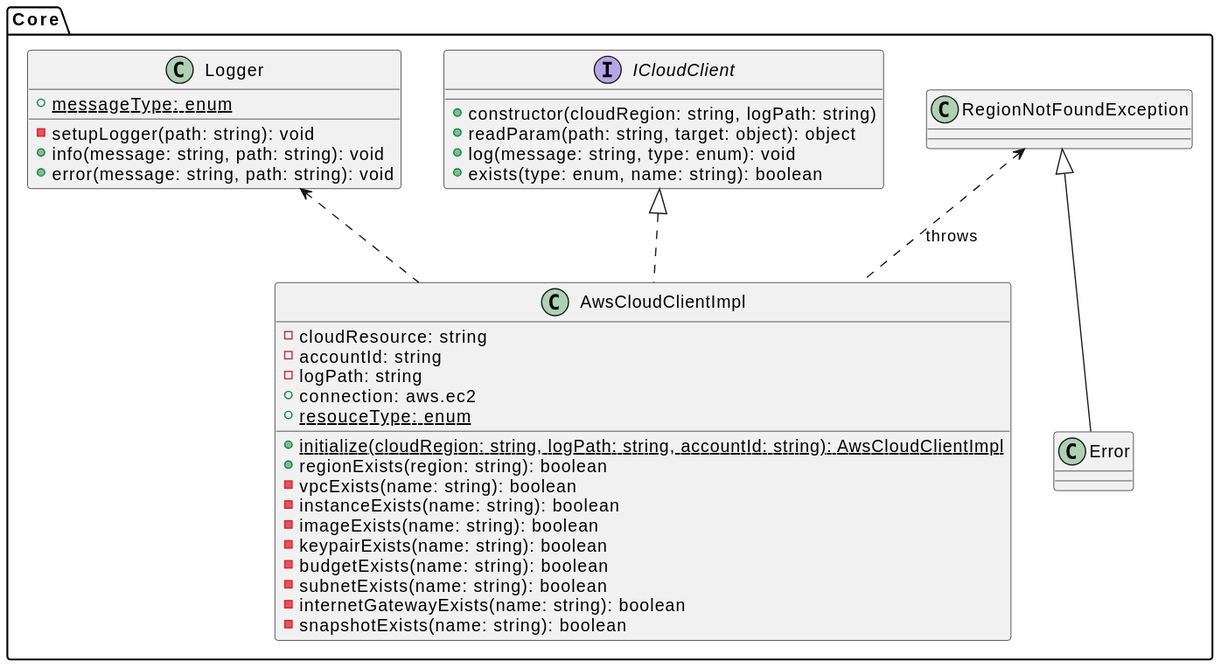
Above: doc/class_diagram/diagram.svg in Thynkon/VIR1-CORE (PlantUML), before the change.
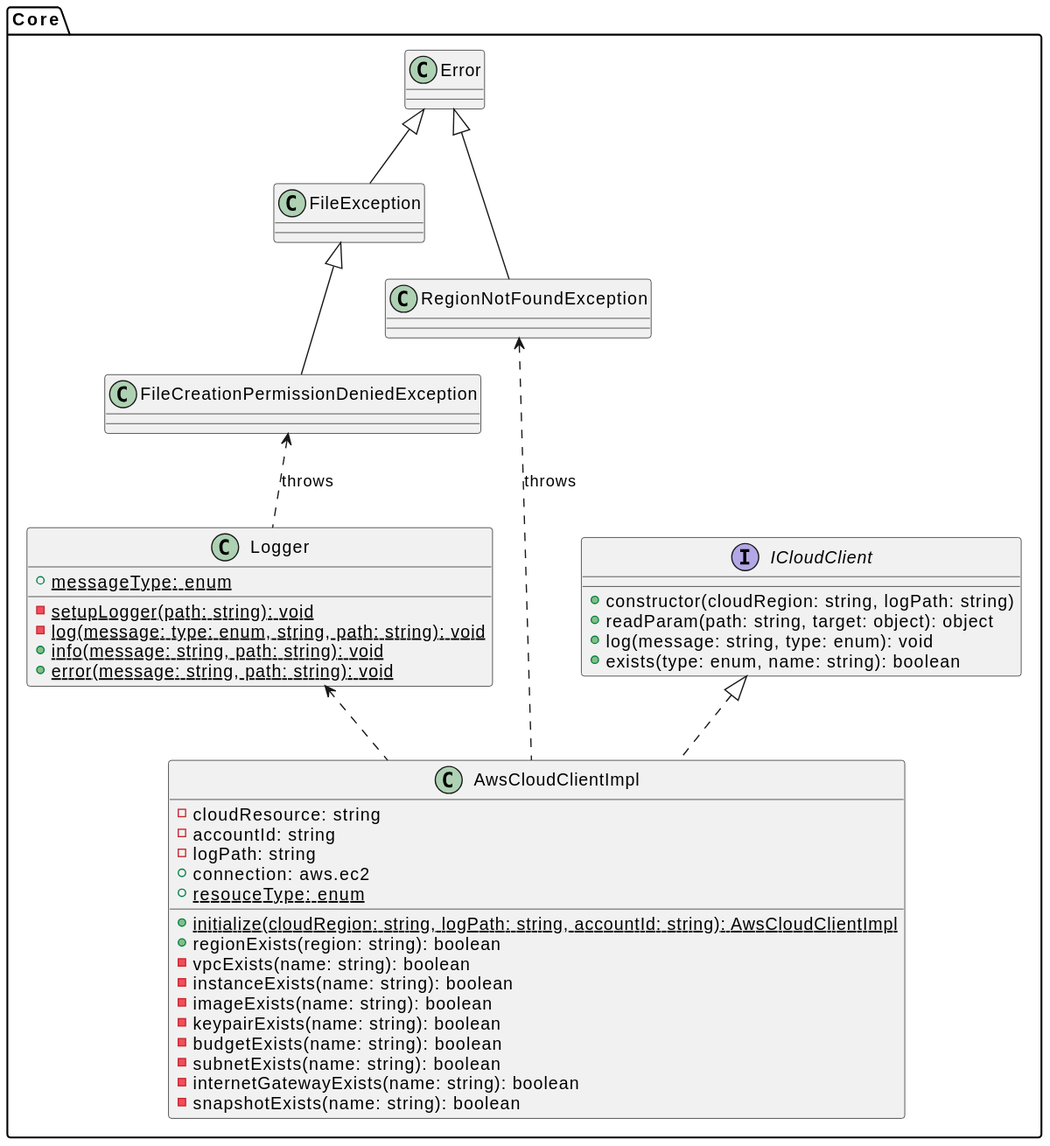
The same diagram one commit later.

Commit message:
Add FileCreationPermissionDeniedException to class diagram

Diff of the diagram source:
```diff
@@ -28,21 +28,29 @@
         -snapshotExists(name: string): boolean
     }
 
-    class Error
-    class RegionNotFoundException
-
     class Logger {
         {static} +messageType: enum
 
-        -setupLogger(path: string): void
-        +info(message: string, path: string): void
-        +error(message: string, path: string): void
+        {static} -setupLogger(path: string): void
+        {static} -log(message: type: enum, string, path: string): void
+        {static} +info(message: string, path: string): void
+        {static} +error(message: string, path: string): void
     }
+
+    class Error
+    class FileException
+    class FileCreationPermissionDeniedException
+    class RegionNotFoundException
+
+    Error <|-- RegionNotFoundException
+    Error <|-- FileException
+    FileException <|-- FileCreationPermissionDeniedException
+
+    RegionNotFoundException <.. AwsCloudClientImpl: throws
+    FileCreationPermissionDeniedException <.. Logger: throws
 
     ICloudClient <|.. AwsCloudClientImpl
     Logger <.. AwsCloudClientImpl
-    RegionNotFoundException <.. AwsCloudClientImpl: throws
-    RegionNotFoundException <|-- Error
 }
 
 @enduml
```
